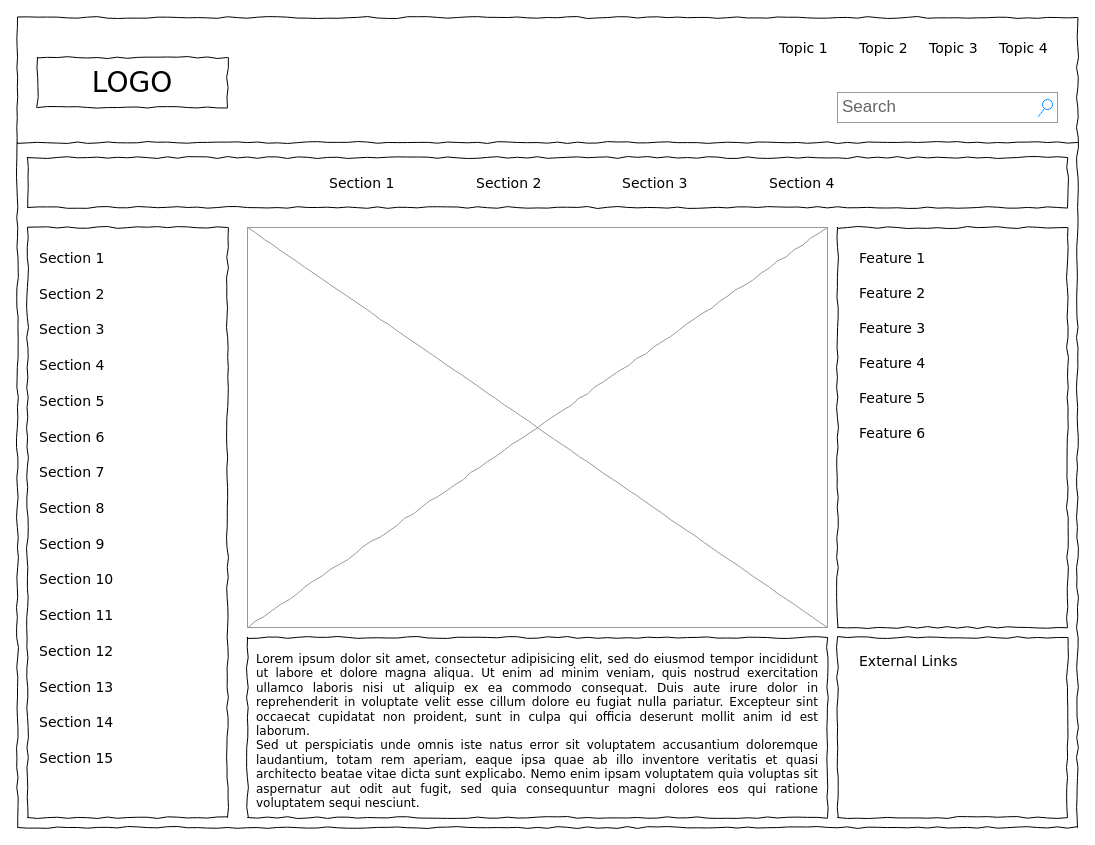
Before: badmintonhub.drawio in madhavisajja/BadmintonHub, a draw.io diagram. Source tidied: cells renumbered, new cells numbered last; positions are measured from the earlier drawing's top-left corner, leaving out a move shared by most shapes. Both pictures are drawn from the tidied source at 100%, with x=0, y=0 at pixel (17, 17).
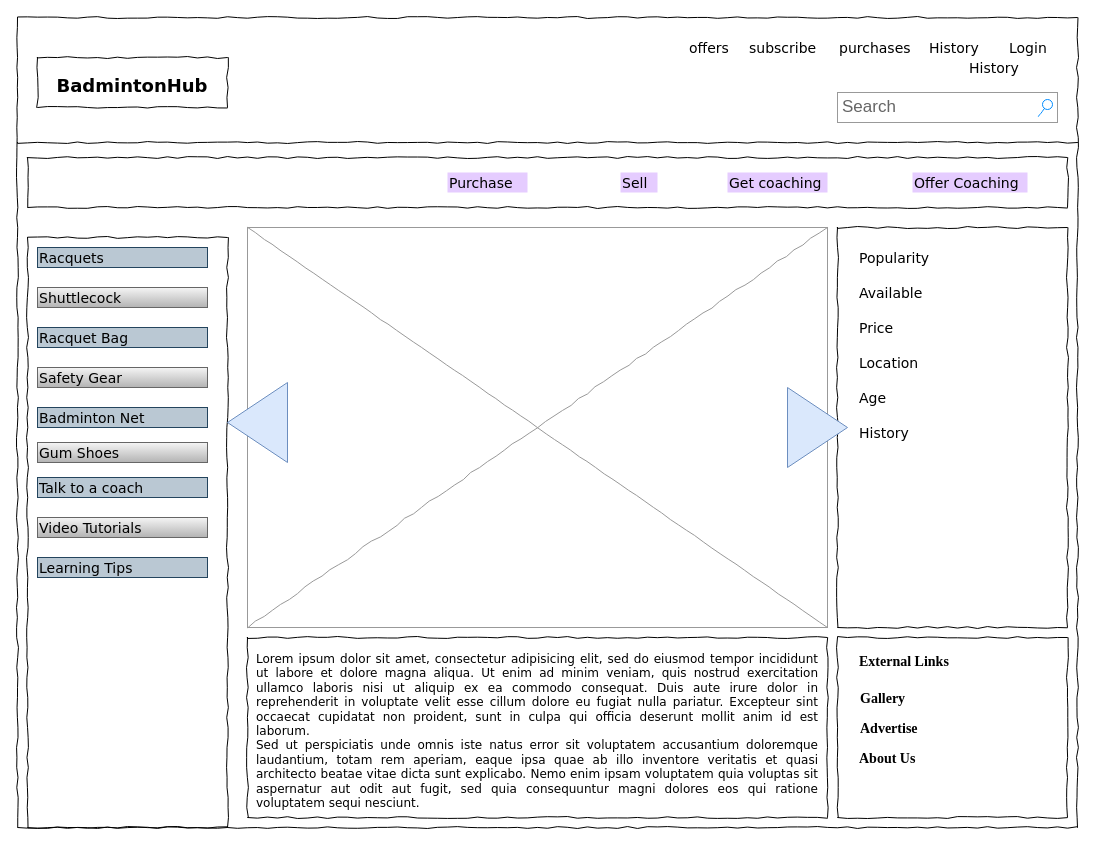
The same page after the edit.

Diff of the diagram source:
```diff
@@
-    <mxCell id="3" value="LOGO" style="whiteSpace=wrap;html=1;rounded=0;shadow=0;labelBackgroundColor=none;strokeWidth=1;fontFamily=Verdana;fontSize=28;align=center;comic=1;" parent="1" vertex="1">
+    <mxCell id="3" value="&lt;p&gt;&lt;font style=&quot;font-size: 18px&quot;&gt;&lt;b&gt;BadmintonHub&lt;/b&gt;&lt;/font&gt;&lt;/p&gt;" style="whiteSpace=wrap;html=1;rounded=0;shadow=0;labelBackgroundColor=none;strokeWidth=1;fontFamily=Verdana;fontSize=28;align=center;comic=1;" parent="1" vertex="1">
       <mxGeometry x="20" y="40" width="190" height="50" as="geometry" />
     </mxCell>
@@
-    <mxCell id="5" value="Topic 1" style="text;html=1;align=left;verticalAlign=top;spacingTop=-4;fontSize=14;fontFamily=Verdana;" parent="1" vertex="1">
-      <mxGeometry x="760" y="20" width="60" height="20" as="geometry" />
+    <mxCell id="5" value="offers" style="text;html=1;align=left;verticalAlign=top;spacingTop=-4;fontSize=14;fontFamily=Verdana;" parent="1" vertex="1">
+      <mxGeometry x="670" y="20" width="60" height="20" as="geometry" />
     </mxCell>
-    <mxCell id="6" value="Topic 2" style="text;html=1;align=left;verticalAlign=top;spacingTop=-4;fontSize=14;fontFamily=Verdana;" parent="1" vertex="1">
-      <mxGeometry x="840" y="20" width="60" height="20" as="geometry" />
+    <mxCell id="6" value="subscribe" style="text;html=1;align=left;verticalAlign=top;spacingTop=-4;fontSize=14;fontFamily=Verdana;" parent="1" vertex="1">
+      <mxGeometry x="730" y="20" width="60" height="20" as="geometry" />
     </mxCell>
-    <mxCell id="7" value="Topic 3" style="text;html=1;align=left;verticalAlign=top;spacingTop=-4;fontSize=14;fontFamily=Verdana;" parent="1" vertex="1">
-      <mxGeometry x="910" y="20" width="60" height="20" as="geometry" />
+    <mxCell id="7" value="purchases" style="text;html=1;align=left;verticalAlign=top;spacingTop=-4;fontSize=14;fontFamily=Verdana;" parent="1" vertex="1">
+      <mxGeometry x="820" y="20" width="60" height="20" as="geometry" />
     </mxCell>
-    <mxCell id="8" value="Topic 4" style="text;html=1;align=left;verticalAlign=top;spacingTop=-4;fontSize=14;fontFamily=Verdana;" parent="1" vertex="1">
-      <mxGeometry x="980" y="20" width="60" height="20" as="geometry" />
+    <mxCell id="8" value="History" style="text;html=1;align=left;verticalAlign=top;spacingTop=-4;fontSize=14;fontFamily=Verdana;" parent="1" vertex="1">
+      <mxGeometry x="910" y="20" width="60" height="20" as="geometry" />
     </mxCell>
     <mxCell id="9" style="whiteSpace=wrap;html=1;rounded=0;shadow=0;labelBackgroundColor=none;strokeWidth=1;fillColor=none;fontFamily=Verdana;fontSize=12;align=center;comic=1;" parent="1" vertex="1">
-      <mxGeometry x="10" y="210" width="200" height="590" as="geometry" />
+      <mxGeometry x="10" y="220" width="200" height="590" as="geometry" />
     </mxCell>
@@
-    <mxCell id="12" value="Section 1" style="text;html=1;align=left;verticalAlign=top;spacingTop=-4;fontSize=14;fontFamily=Verdana;" parent="1" vertex="1">
-      <mxGeometry x="310" y="155" width="60" height="20" as="geometry" />
-    </mxCell>
-    <mxCell id="13" value="Section 2" style="text;html=1;align=left;verticalAlign=top;spacingTop=-4;fontSize=14;fontFamily=Verdana;" parent="1" vertex="1">
-      <mxGeometry x="457" y="155" width="60" height="20" as="geometry" />
+    <mxCell id="13" value="Purchase" style="text;html=1;align=left;verticalAlign=top;spacingTop=-4;fontSize=14;fontFamily=Verdana;fillColor=#E5CCFF;" parent="1" vertex="1">
+      <mxGeometry x="430" y="155" width="80" height="20" as="geometry" />
     </mxCell>
-    <mxCell id="14" value="Section 3" style="text;html=1;align=left;verticalAlign=top;spacingTop=-4;fontSize=14;fontFamily=Verdana;" parent="1" vertex="1">
-      <mxGeometry x="603" y="155" width="60" height="20" as="geometry" />
+    <mxCell id="14" value="Sell" style="text;html=1;align=left;verticalAlign=top;spacingTop=-4;fontSize=14;fontFamily=Verdana;fillColor=#E5CCFF;" parent="1" vertex="1">
+      <mxGeometry x="603" y="155" width="37" height="20" as="geometry" />
     </mxCell>
-    <mxCell id="15" value="Section 4" style="text;html=1;align=left;verticalAlign=top;spacingTop=-4;fontSize=14;fontFamily=Verdana;" parent="1" vertex="1">
-      <mxGeometry x="750" y="155" width="60" height="20" as="geometry" />
+    <mxCell id="15" value="Get coaching" style="text;html=1;align=left;verticalAlign=top;spacingTop=-4;fontSize=14;fontFamily=Verdana;fillColor=#E5CCFF;" parent="1" vertex="1">
+      <mxGeometry x="710" y="155" width="100" height="20" as="geometry" />
     </mxCell>
@@
-    <mxCell id="20" value="Section 1" style="text;html=1;align=left;verticalAlign=top;spacingTop=-4;fontSize=14;fontFamily=Verdana;" parent="1" vertex="1">
+    <mxCell id="20" value="Racquets" style="text;html=1;align=left;verticalAlign=top;spacingTop=-4;fontSize=14;fontFamily=Verdana;fillColor=#bac8d3;strokeColor=#23445d;" parent="1" vertex="1">
       <mxGeometry x="20" y="230" width="170" height="20" as="geometry" />
     </mxCell>
-    <mxCell id="21" value="Section 2" style="text;html=1;align=left;verticalAlign=top;spacingTop=-4;fontSize=14;fontFamily=Verdana;" parent="1" vertex="1">
-      <mxGeometry x="20" y="266" width="170" height="20" as="geometry" />
+    <mxCell id="21" value="Shuttlecock" style="text;html=1;align=left;verticalAlign=top;spacingTop=-4;fontSize=14;fontFamily=Verdana;fillColor=#f5f5f5;gradientColor=#b3b3b3;strokeColor=#666666;" parent="1" vertex="1">
+      <mxGeometry x="20" y="270" width="170" height="20" as="geometry" />
     </mxCell>
-    <mxCell id="22" value="Section 3" style="text;html=1;align=left;verticalAlign=top;spacingTop=-4;fontSize=14;fontFamily=Verdana;" parent="1" vertex="1">
-      <mxGeometry x="20" y="301" width="170" height="20" as="geometry" />
+    <mxCell id="22" value="Racquet Bag" style="text;html=1;align=left;verticalAlign=top;spacingTop=-4;fontSize=14;fontFamily=Verdana;fillColor=#bac8d3;strokeColor=#23445d;" parent="1" vertex="1">
+      <mxGeometry x="20" y="310" width="170" height="20" as="geometry" />
     </mxCell>
-    <mxCell id="23" value="Section 4" style="text;html=1;align=left;verticalAlign=top;spacingTop=-4;fontSize=14;fontFamily=Verdana;" parent="1" vertex="1">
-      <mxGeometry x="20" y="337" width="170" height="20" as="geometry" />
+    <mxCell id="23" value="Gum Shoes" style="text;html=1;align=left;verticalAlign=top;spacingTop=-4;fontSize=14;fontFamily=Verdana;fillColor=#f5f5f5;strokeColor=#666666;gradientColor=#b3b3b3;" parent="1" vertex="1">
+      <mxGeometry x="20" y="425" width="170" height="20" as="geometry" />
     </mxCell>
-    <mxCell id="24" value="Section 7" style="text;html=1;align=left;verticalAlign=top;spacingTop=-4;fontSize=14;fontFamily=Verdana;" parent="1" vertex="1">
-      <mxGeometry x="20" y="444" width="170" height="20" as="geometry" />
+    <mxCell id="24" value="Talk to a coach" style="text;html=1;align=left;verticalAlign=top;spacingTop=-4;fontSize=14;fontFamily=Verdana;fillColor=#bac8d3;strokeColor=#23445d;" parent="1" vertex="1">
+      <mxGeometry x="20" y="460" width="170" height="20" as="geometry" />
     </mxCell>
-    <mxCell id="25" value="Section 8" style="text;html=1;align=left;verticalAlign=top;spacingTop=-4;fontSize=14;fontFamily=Verdana;" parent="1" vertex="1">
-      <mxGeometry x="20" y="480" width="170" height="20" as="geometry" />
-    </mxCell>
-    <mxCell id="26" value="Section 9" style="text;html=1;align=left;verticalAlign=top;spacingTop=-4;fontSize=14;fontFamily=Verdana;" parent="1" vertex="1">
-      <mxGeometry x="20" y="516" width="170" height="20" as="geometry" />
-    </mxCell>
-    <mxCell id="27" value="Section 10" style="text;html=1;align=left;verticalAlign=top;spacingTop=-4;fontSize=14;fontFamily=Verdana;" parent="1" vertex="1">
-      <mxGeometry x="20" y="551" width="170" height="20" as="geometry" />
-    </mxCell>
-    <mxCell id="28" value="Section 11" style="text;html=1;align=left;verticalAlign=top;spacingTop=-4;fontSize=14;fontFamily=Verdana;" parent="1" vertex="1">
-      <mxGeometry x="20" y="587" width="170" height="20" as="geometry" />
-    </mxCell>
-    <mxCell id="29" value="Section 12" style="text;html=1;align=left;verticalAlign=top;spacingTop=-4;fontSize=14;fontFamily=Verdana;" parent="1" vertex="1">
-      <mxGeometry x="20" y="623" width="170" height="20" as="geometry" />
-    </mxCell>
-    <mxCell id="30" value="Section 13" style="text;html=1;align=left;verticalAlign=top;spacingTop=-4;fontSize=14;fontFamily=Verdana;" parent="1" vertex="1">
-      <mxGeometry x="20" y="659" width="170" height="20" as="geometry" />
-    </mxCell>
-    <mxCell id="31" value="Section 14" style="text;html=1;align=left;verticalAlign=top;spacingTop=-4;fontSize=14;fontFamily=Verdana;" parent="1" vertex="1">
-      <mxGeometry x="20" y="694" width="170" height="20" as="geometry" />
-    </mxCell>
-    <mxCell id="32" value="Section 5" style="text;html=1;align=left;verticalAlign=top;spacingTop=-4;fontSize=14;fontFamily=Verdana;" parent="1" vertex="1">
-      <mxGeometry x="20" y="373" width="170" height="20" as="geometry" />
+    <mxCell id="32" value="Safety Gear" style="text;html=1;align=left;verticalAlign=top;spacingTop=-4;fontSize=14;fontFamily=Verdana;fillColor=#f5f5f5;strokeColor=#666666;gradientColor=#b3b3b3;" parent="1" vertex="1">
+      <mxGeometry x="20" y="350" width="170" height="20" as="geometry" />
     </mxCell>
-    <mxCell id="33" value="Section 6" style="text;html=1;align=left;verticalAlign=top;spacingTop=-4;fontSize=14;fontFamily=Verdana;" parent="1" vertex="1">
-      <mxGeometry x="20" y="409" width="170" height="20" as="geometry" />
+    <mxCell id="33" value="Video Tutorials" style="text;html=1;align=left;verticalAlign=top;spacingTop=-4;fontSize=14;fontFamily=Verdana;fillColor=#f5f5f5;strokeColor=#666666;gradientColor=#b3b3b3;" parent="1" vertex="1">
+      <mxGeometry x="20" y="500" width="170" height="20" as="geometry" />
     </mxCell>
-    <mxCell id="34" value="Section 15" style="text;html=1;align=left;verticalAlign=top;spacingTop=-4;fontSize=14;fontFamily=Verdana;" parent="1" vertex="1">
-      <mxGeometry x="20" y="730" width="170" height="20" as="geometry" />
-    </mxCell>
-    <mxCell id="35" value="External Links" style="text;html=1;align=left;verticalAlign=top;spacingTop=-4;fontSize=14;fontFamily=Verdana;" parent="1" vertex="1">
+    <mxCell id="35" value="&lt;b&gt;&lt;font face=&quot;Times New Roman&quot;&gt;External Links&lt;/font&gt;&lt;/b&gt;" style="text;html=1;align=left;verticalAlign=top;spacingTop=-4;fontSize=14;fontFamily=Verdana;" parent="1" vertex="1">
       <mxGeometry x="840" y="633" width="170" height="20" as="geometry" />
     </mxCell>
-    <mxCell id="36" value="Feature 1" style="text;html=1;align=left;verticalAlign=top;spacingTop=-4;fontSize=14;fontFamily=Verdana;" parent="1" vertex="1">
+    <mxCell id="36" value="Popularity" style="text;html=1;align=left;verticalAlign=top;spacingTop=-4;fontSize=14;fontFamily=Verdana;" parent="1" vertex="1">
       <mxGeometry x="840" y="230" width="170" height="20" as="geometry" />
     </mxCell>
-    <mxCell id="37" value="Feature 2" style="text;html=1;align=left;verticalAlign=top;spacingTop=-4;fontSize=14;fontFamily=Verdana;" parent="1" vertex="1">
+    <mxCell id="37" value="Available" style="text;html=1;align=left;verticalAlign=top;spacingTop=-4;fontSize=14;fontFamily=Verdana;" parent="1" vertex="1">
       <mxGeometry x="840" y="265" width="170" height="20" as="geometry" />
     </mxCell>
-    <mxCell id="38" value="Feature 3" style="text;html=1;align=left;verticalAlign=top;spacingTop=-4;fontSize=14;fontFamily=Verdana;" parent="1" vertex="1">
+    <mxCell id="38" value="Price" style="text;html=1;align=left;verticalAlign=top;spacingTop=-4;fontSize=14;fontFamily=Verdana;" parent="1" vertex="1">
       <mxGeometry x="840" y="300" width="170" height="20" as="geometry" />
     </mxCell>
-    <mxCell id="39" value="Feature 4" style="text;html=1;align=left;verticalAlign=top;spacingTop=-4;fontSize=14;fontFamily=Verdana;" parent="1" vertex="1">
+    <mxCell id="39" value="Location" style="text;html=1;align=left;verticalAlign=top;spacingTop=-4;fontSize=14;fontFamily=Verdana;" parent="1" vertex="1">
       <mxGeometry x="840" y="335" width="170" height="20" as="geometry" />
     </mxCell>
-    <mxCell id="40" value="Feature 5" style="text;html=1;align=left;verticalAlign=top;spacingTop=-4;fontSize=14;fontFamily=Verdana;" parent="1" vertex="1">
+    <mxCell id="40" value="Age" style="text;html=1;align=left;verticalAlign=top;spacingTop=-4;fontSize=14;fontFamily=Verdana;" parent="1" vertex="1">
       <mxGeometry x="840" y="370" width="170" height="20" as="geometry" />
     </mxCell>
-    <mxCell id="41" value="Feature 6" style="text;html=1;align=left;verticalAlign=top;spacingTop=-4;fontSize=14;fontFamily=Verdana;" parent="1" vertex="1">
+    <mxCell id="41" value="History" style="text;html=1;align=left;verticalAlign=top;spacingTop=-4;fontSize=14;fontFamily=Verdana;" parent="1" vertex="1">
       <mxGeometry x="840" y="405" width="170" height="20" as="geometry" />
     </mxCell>
+    <mxCell id="42" value="Offer Coaching" style="text;html=1;align=left;verticalAlign=top;spacingTop=-4;fontSize=14;fontFamily=Verdana;fillColor=#E5CCFF;" parent="1" vertex="1">
+      <mxGeometry x="895" y="155" width="115" height="20" as="geometry" />
+    </mxCell>
+    <mxCell id="43" style="triangle;whiteSpace=wrap;html=1;fontSize=18;fillColor=#dae8fc;strokeColor=#6c8ebf;" parent="1" vertex="1">
+      <mxGeometry x="770" y="370" width="60" height="80" as="geometry" />
+    </mxCell>
+    <mxCell id="44" style="triangle;whiteSpace=wrap;html=1;fontSize=18;direction=west;fillColor=#dae8fc;strokeColor=#6c8ebf;" parent="1" vertex="1">
+      <mxGeometry x="210" y="365" width="60" height="80" as="geometry" />
+    </mxCell>
+    <mxCell id="45" value="Badminton Net" style="text;html=1;align=left;verticalAlign=top;spacingTop=-4;fontSize=14;fontFamily=Verdana;fillColor=#bac8d3;strokeColor=#23445d;" parent="1" vertex="1">
+      <mxGeometry x="20" y="390" width="170" height="20" as="geometry" />
+    </mxCell>
+    <mxCell id="46" value="Learning Tips" style="text;html=1;align=left;verticalAlign=top;spacingTop=-4;fontSize=14;fontFamily=Verdana;fillColor=#bac8d3;strokeColor=#23445d;" parent="1" vertex="1">
+      <mxGeometry x="20" y="540" width="170" height="20" as="geometry" />
+    </mxCell>
+    <mxCell id="47" value="Login" style="text;html=1;align=left;verticalAlign=top;spacingTop=-4;fontSize=14;fontFamily=Verdana;" parent="1" vertex="1">
+      <mxGeometry x="990" y="20" width="60" height="20" as="geometry" />
+    </mxCell>
+    <mxCell id="48" value="History" style="text;html=1;align=left;verticalAlign=top;spacingTop=-4;fontSize=14;fontFamily=Verdana;" parent="1" vertex="1">
+      <mxGeometry x="950" y="40" width="60" height="20" as="geometry" />
+    </mxCell>
+    <mxCell id="49" value="&lt;b&gt;&lt;font face=&quot;Times New Roman&quot;&gt;Gallery&lt;/font&gt;&lt;/b&gt;" style="text;html=1;align=left;verticalAlign=top;spacingTop=-4;fontSize=14;fontFamily=Verdana;" parent="1" vertex="1">
+      <mxGeometry x="841" y="670" width="170" height="20" as="geometry" />
+    </mxCell>
+    <mxCell id="50" value="&lt;b&gt;&lt;font face=&quot;Times New Roman&quot;&gt;About Us&lt;/font&gt;&lt;/b&gt;" style="text;html=1;align=left;verticalAlign=top;spacingTop=-4;fontSize=14;fontFamily=Verdana;" parent="1" vertex="1">
+      <mxGeometry x="840" y="730" width="170" height="20" as="geometry" />
+    </mxCell>
+    <mxCell id="51" value="&lt;font face=&quot;Times New Roman&quot;&gt;&lt;b&gt;Advertise&lt;/b&gt;&lt;/font&gt;" style="text;html=1;align=left;verticalAlign=top;spacingTop=-4;fontSize=14;fontFamily=Verdana;" parent="1" vertex="1">
+      <mxGeometry x="841" y="700" width="170" height="20" as="geometry" />
+    </mxCell>
```
